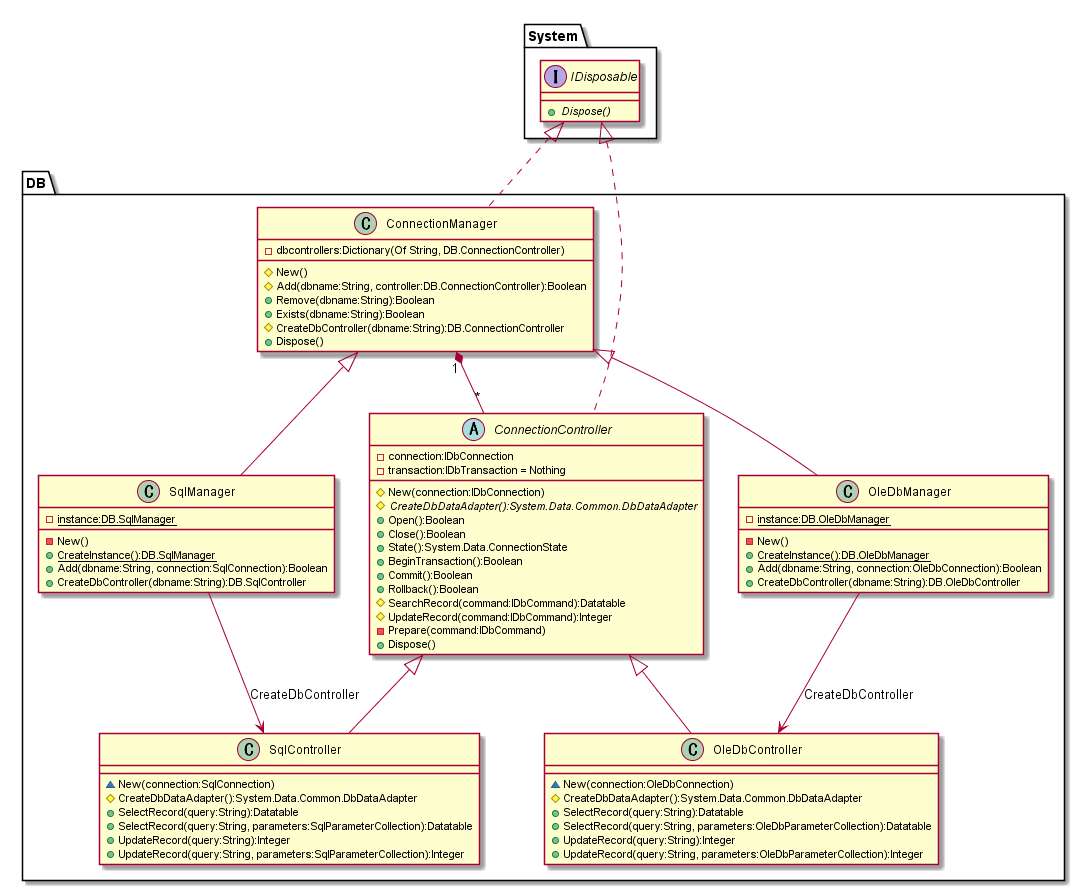
Before: doc/ClassDiagram/ConnectionControll.png, a diagram exported from PlantUML (hirorich/CommonTool).
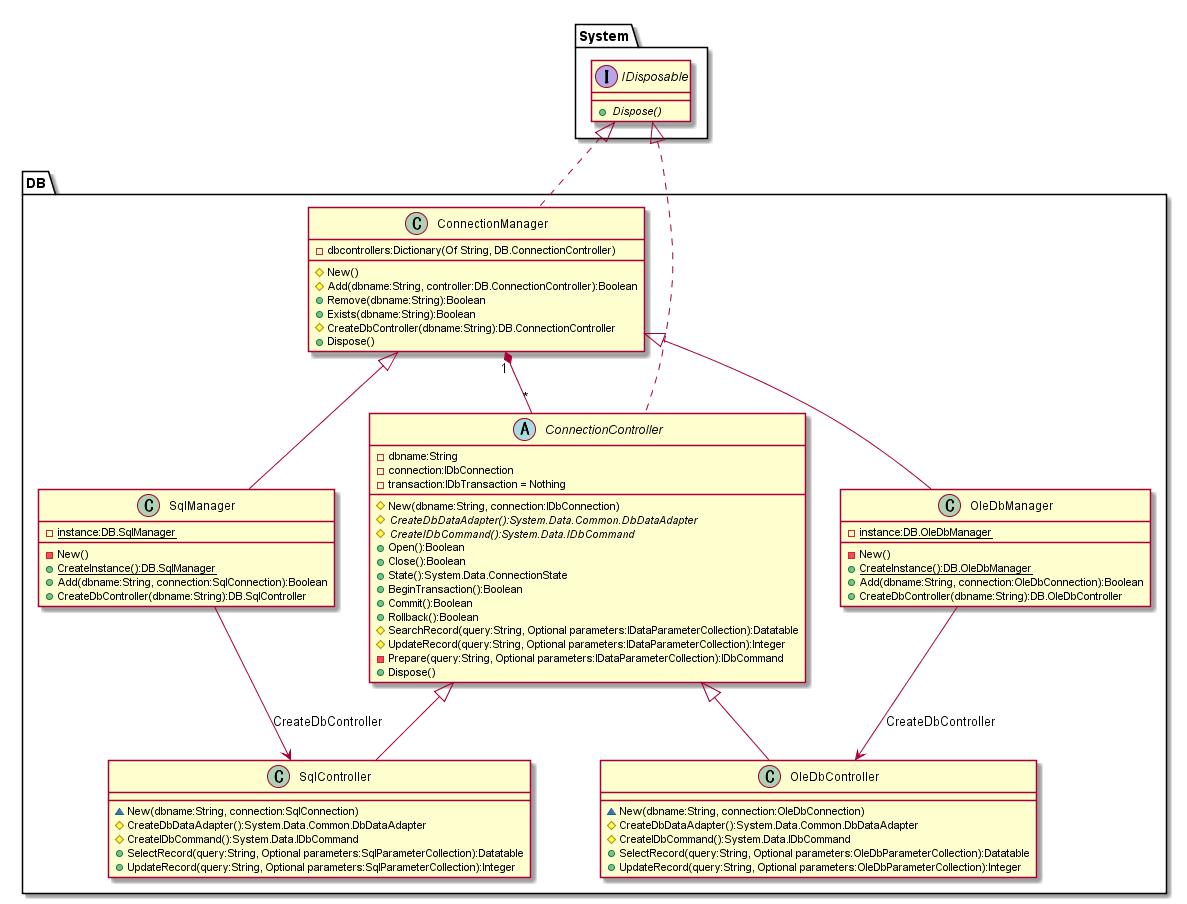
After the change.

Change to the diagram source:
```diff
@@ -37,43 +37,43 @@
 DB.ConnectionManager <|-- DB.OleDbManager
 
 abstract class DB.ConnectionController {
+  - dbname:String
   - connection:IDbConnection
   - transaction:IDbTransaction = Nothing
 
-  # New(connection:IDbConnection)
+  # New(dbname:String, connection:IDbConnection)
   # {abstract} CreateDbDataAdapter():System.Data.Common.DbDataAdapter
+  # {abstract} CreateIDbCommand():System.Data.IDbCommand
   + Open():Boolean
   + Close():Boolean
   + State():System.Data.ConnectionState
   + BeginTransaction():Boolean
   + Commit():Boolean
   + Rollback():Boolean
-  # SearchRecord(command:IDbCommand):Datatable
-  # UpdateRecord(command:IDbCommand):Integer
-  - Prepare(command:IDbCommand)
+  # SearchRecord(query:String, Optional parameters:IDataParameterCollection):Datatable
+  # UpdateRecord(query:String, Optional parameters:IDataParameterCollection):Integer
+  - Prepare(query:String, Optional parameters:IDataParameterCollection):IDbCommand
   + Dispose()
 }
 System.IDisposable <|.. DB.ConnectionController
 
 class DB.SqlController {
 
-  ~ New(connection:SqlConnection)
+  ~ New(dbname:String, connection:SqlConnection)
   # CreateDbDataAdapter():System.Data.Common.DbDataAdapter
-  + SelectRecord(query:String):Datatable
-  + SelectRecord(query:String, parameters:SqlParameterCollection):Datatable
-  + UpdateRecord(query:String):Integer
-  + UpdateRecord(query:String, parameters:SqlParameterCollection):Integer
+  # CreateIDbCommand():System.Data.IDbCommand
+  + SelectRecord(query:String, Optional parameters:SqlParameterCollection):Datatable
+  + UpdateRecord(query:String, Optional parameters:SqlParameterCollection):Integer
 }
 DB.ConnectionController <|-- DB.SqlController
 
 class DB.OleDbController {
 
-  ~ New(connection:OleDbConnection)
+  ~ New(dbname:String, connection:OleDbConnection)
   # CreateDbDataAdapter():System.Data.Common.DbDataAdapter
-  + SelectRecord(query:String):Datatable
-  + SelectRecord(query:String, parameters:OleDbParameterCollection):Datatable
-  + UpdateRecord(query:String):Integer
-  + UpdateRecord(query:String, parameters:OleDbParameterCollection):Integer
+  # CreateIDbCommand():System.Data.IDbCommand
+  + SelectRecord(query:String, Optional parameters:OleDbParameterCollection):Datatable
+  + UpdateRecord(query:String, Optional parameters:OleDbParameterCollection):Integer
 }
 DB.ConnectionController <|-- DB.OleDbController
 
```
